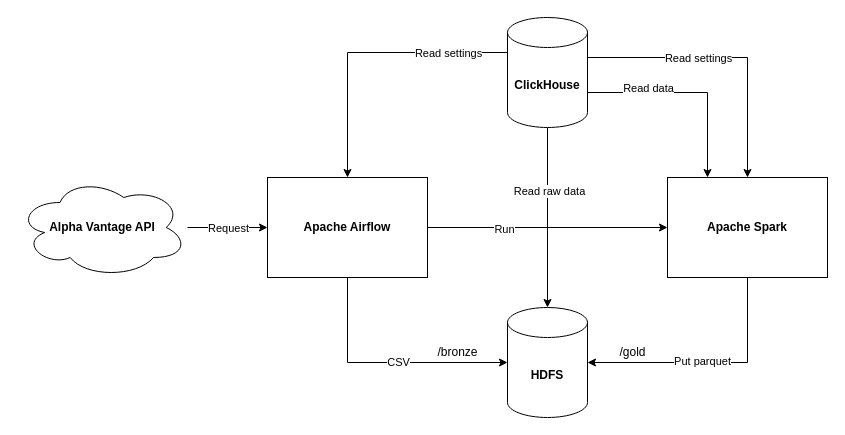
data-engineer-course/stocash keeps this draw.io diagram as docs/diagram.drawio. Above is the earlier version. Source tidied: cells renumbered, new cells numbered last; positions are measured from the earlier drawing's top-left corner, leaving out a move shared by most shapes. Both pictures are drawn from the tidied source at 100%, with x=0, y=0 at pixel (17, 17).
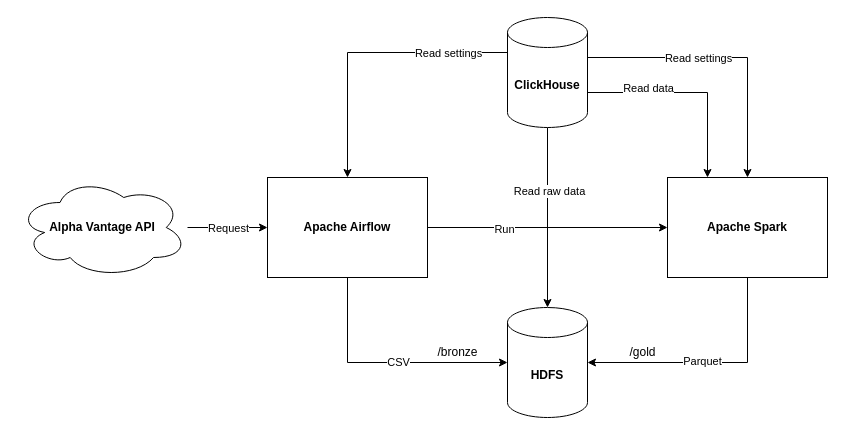
The same page after the edit.

The change refers to these unchanged cells:
```xml
<mxCell id="15" style="edgeStyle=orthogonalEdgeStyle;rounded=0;jettySize=auto;html=1;entryX=1;entryY=0.5;entryDx=0;entryDy=0;entryPerimeter=0;" parent="1" edge="1" source="17" target="21">
  <mxGeometry relative="1" as="geometry">
    <Array as="points">
      <mxPoint x="730" y="345" />
    </Array>
  </mxGeometry>
</mxCell>
```

Diff of the diagram source:
```diff
@@
-    <mxCell id="16" value="Put parquet" style="edgeLabel;html=1;align=center;verticalAlign=middle;" parent="15" vertex="1">
+    <mxCell id="16" value="Parquet" style="edgeLabel;html=1;align=center;verticalAlign=middle;" parent="15" vertex="1">
       <mxGeometry x="-0.26" y="-2" relative="1" as="geometry">
         <mxPoint x="-40" as="offset" />
       </mxGeometry>
     </mxCell>
@@
     <mxCell id="24" value="/gold" style="text;html=1;align=center;verticalAlign=middle;strokeColor=none;fillColor=none;" parent="1" vertex="1">
-      <mxGeometry x="590" y="320" width="50" height="30" as="geometry" />
+      <mxGeometry x="600" y="320" width="50" height="30" as="geometry" />
     </mxCell>
```
